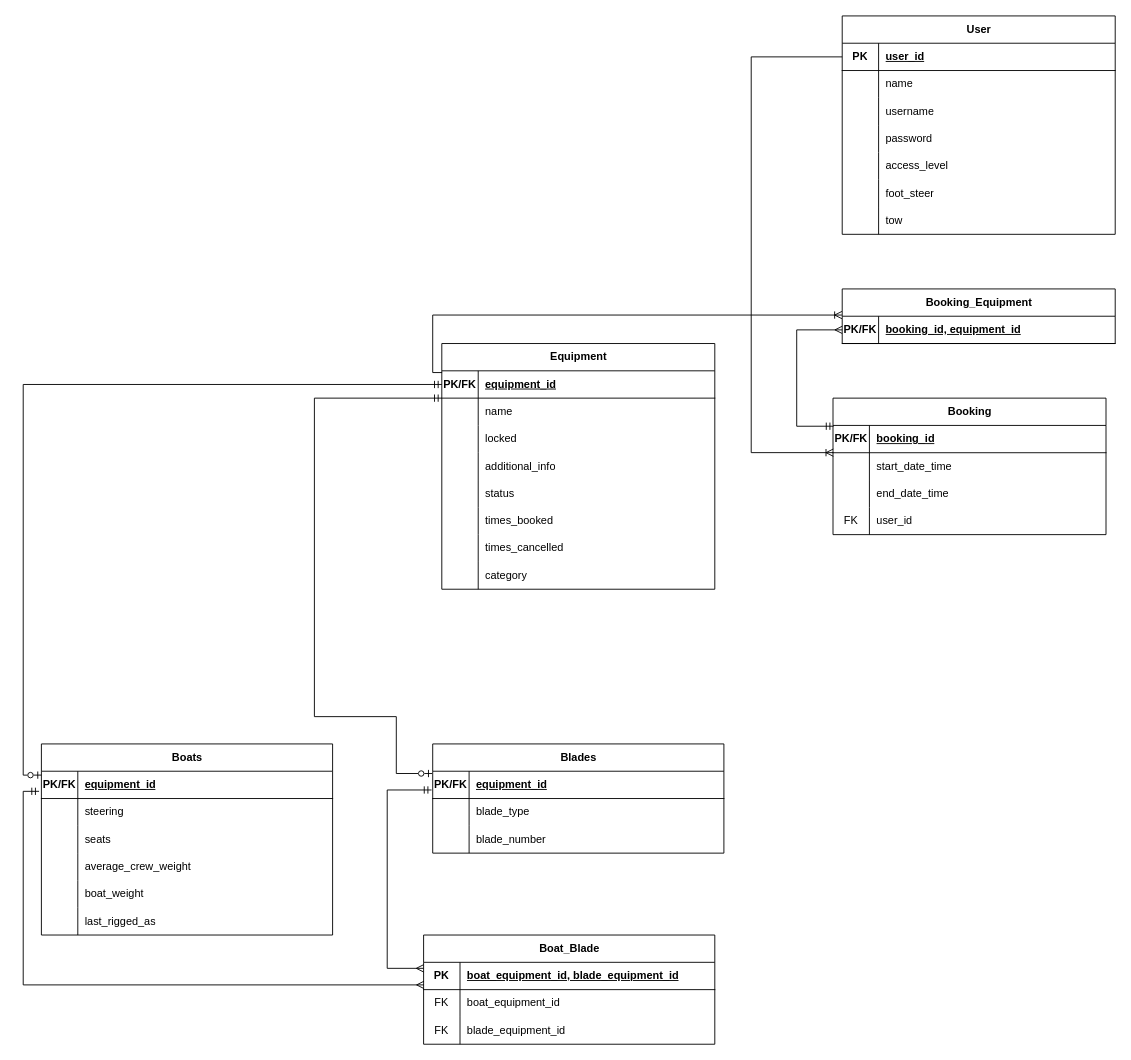
Joseph-Bond-GitHub/BridgnorthRC-Booking keeps this draw.io diagram as DbDiagram.drawio. Above is the earlier version. Source tidied: cells renumbered, new cells numbered last; positions are measured from the earlier drawing's top-left corner, leaving out a move shared by most shapes. Both pictures are drawn from the tidied source at 91%, with x=0, y=0 at pixel (23, 15).
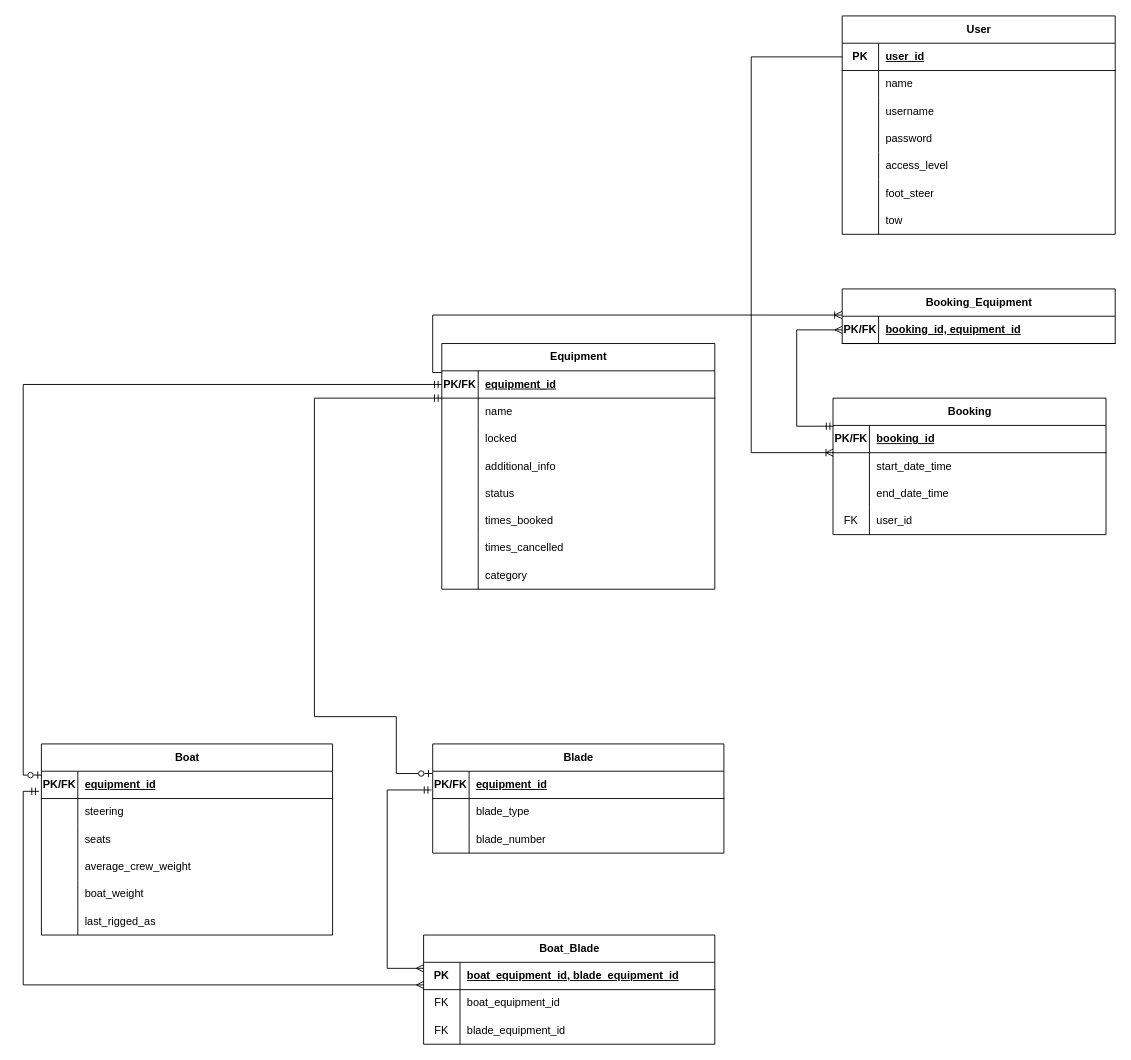
The same diagram, later.

Commit message:
docs: refactor table names to fit singular convention

What changed in the source:
```diff
@@
-    <mxCell id="27" value="Boats" style="shape=table;startSize=30;childLayout=tableLayout;rowLines=0;fontStyle=1;align=center;html=1;" parent="1" vertex="1">
+    <mxCell id="27" value="Boat" style="shape=table;startSize=30;childLayout=tableLayout;rowLines=0;fontStyle=1;align=center;html=1;" parent="1" vertex="1">
       <mxGeometry x="20" y="800" width="320" height="210" as="geometry" />
     </mxCell>
@@
-    <mxCell id="46" value="Blades" style="shape=table;startSize=30;childLayout=tableLayout;rowLines=0;fontStyle=1;align=center;html=1;" parent="1" vertex="1">
+    <mxCell id="46" value="Blade" style="shape=table;startSize=30;childLayout=tableLayout;rowLines=0;fontStyle=1;align=center;html=1;" parent="1" vertex="1">
       <mxGeometry x="450" y="800" width="320" height="120" as="geometry" />
     </mxCell>
```
